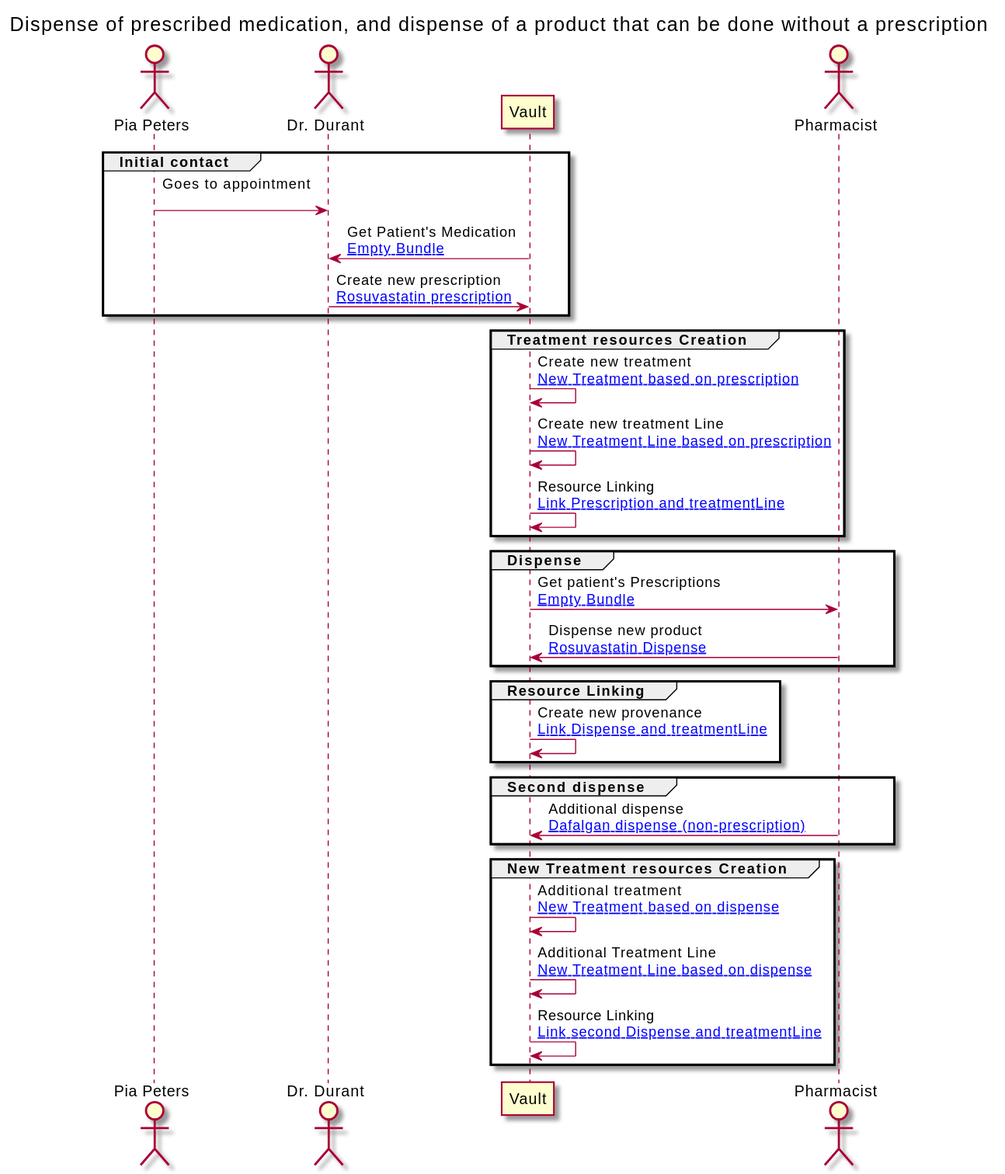
Before: branches/master/ExampleScenario-example-4-scenario.svg, a diagram exported from PlantUML (jcostateixeira/riziv-medication-record).
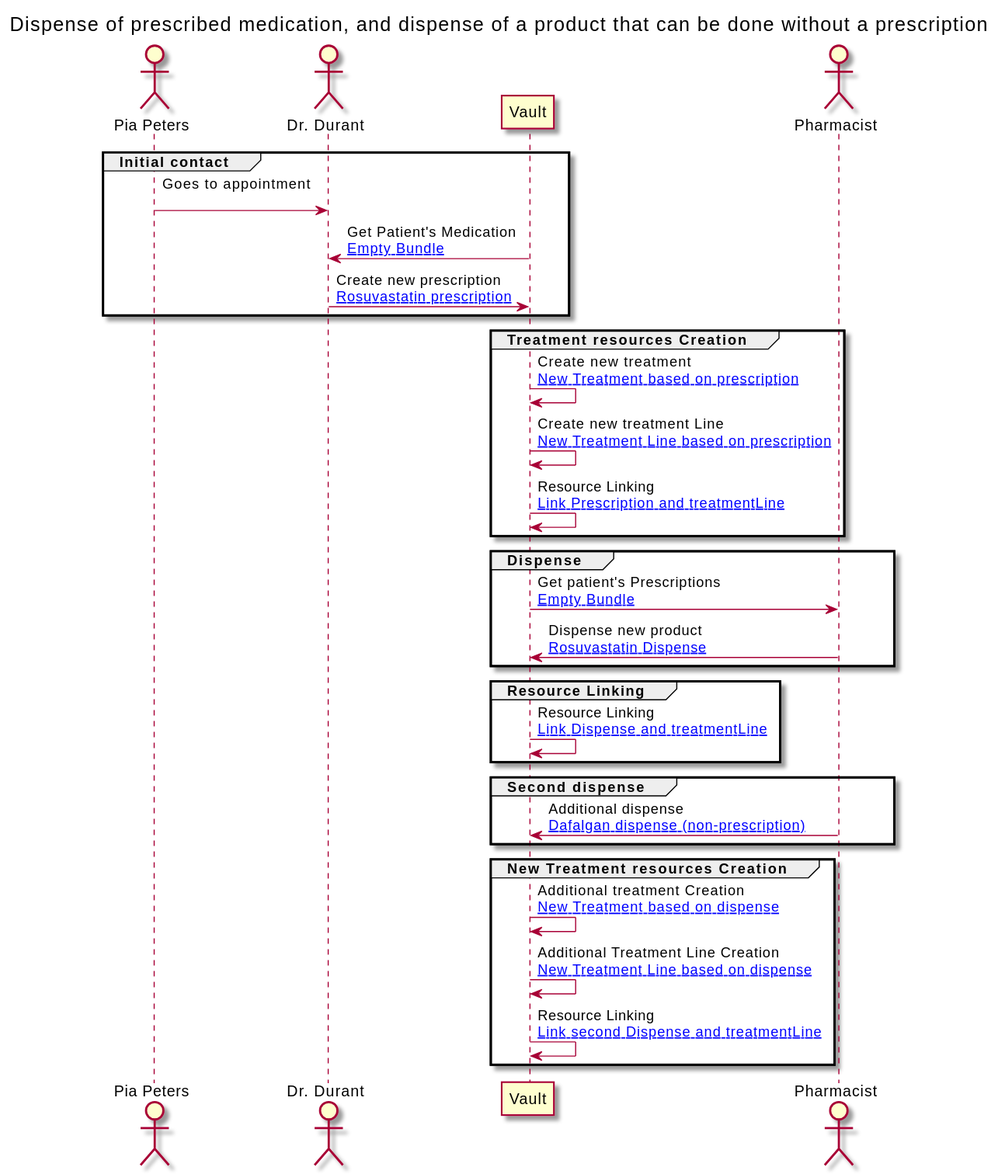
Above is the later version.

What changed in the source:
```diff
@@ -35,7 +35,7 @@
 
 group Resource Linking
 
-VAULT -> VAULT : Create new provenance\n[[ExampleScenario-example-4-scenario-resources.html#4-2-provenance Link Dispense and treatmentLine]]
+VAULT -> VAULT : Resource Linking\n[[ExampleScenario-example-4-scenario-resources.html#4-2-provenance Link Dispense and treatmentLine]]
 end
 
 group Second dispense
@@ -45,8 +45,8 @@
 
 group New Treatment resources Creation
 
-VAULT -> VAULT : Additional treatment\n[[ExampleScenario-example-4-scenario-resources.html#4-2-treatment New Treatment based on dispense]]
-VAULT -> VAULT : Additional Treatment Line\n[[ExampleScenario-example-4-scenario-resources.html#4-2-treatmentLine New Treatment Line based on dispense]]
+VAULT -> VAULT : Additional treatment Creation\n[[ExampleScenario-example-4-scenario-resources.html#4-2-treatment New Treatment based on dispense]]
+VAULT -> VAULT : Additional Treatment Line Creation\n[[ExampleScenario-example-4-scenario-resources.html#4-2-treatmentLine New Treatment Line based on dispense]]
 VAULT -> VAULT : Resource Linking\n[[ExampleScenario-example-4-scenario-resources.html#4-3-provenance Link second Dispense and treatmentLine]]
 end
 
```
